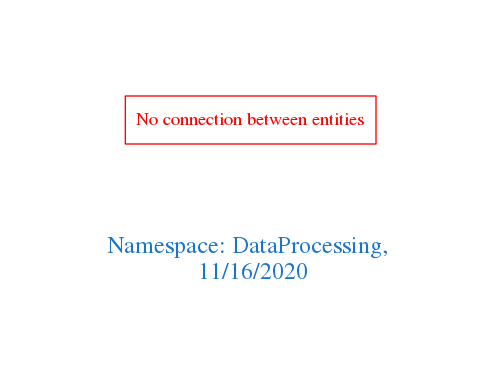
Earlier version of the Graphviz export downloads/DataProcessing.png (arago/OGIT). Its source is kept beside it as downloads/DataProcessing.dot.
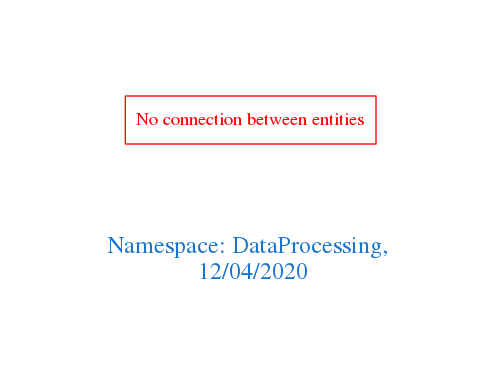
Later version of the same file.

What changed in the source:
```diff
@@ -1,7 +1,7 @@
 digraph OGIT_ontology {
  graph [ rankdir= LR,pad=1
 fontsize = 18,
-fontcolor= dodgerblue3,label = "\n\n\nNamespace: DataProcessing, \n 11/16/2020"];
+fontcolor= dodgerblue3,label = "\n\n\nNamespace: DataProcessing, \n 12/04/2020"];
 node[shape=polygon];
 edge [  color="gray81"];
 
```
